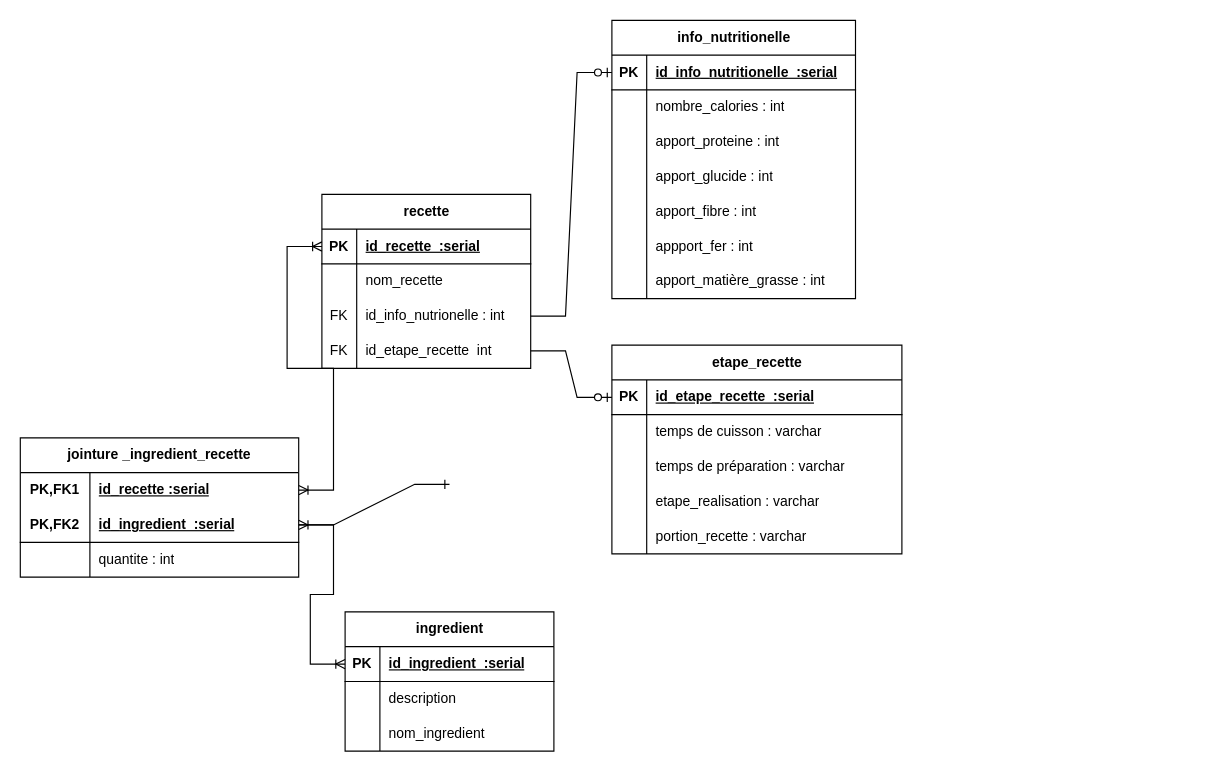
Before: Diagramme sans nom.drawio in franck-code/tests, a draw.io diagram. Source tidied: cells renumbered, new cells numbered last; positions are measured from the earlier drawing's top-left corner, leaving out a move shared by most shapes. Both pictures are drawn from the tidied source at 116%, with x=0, y=0 at pixel (20, 20).
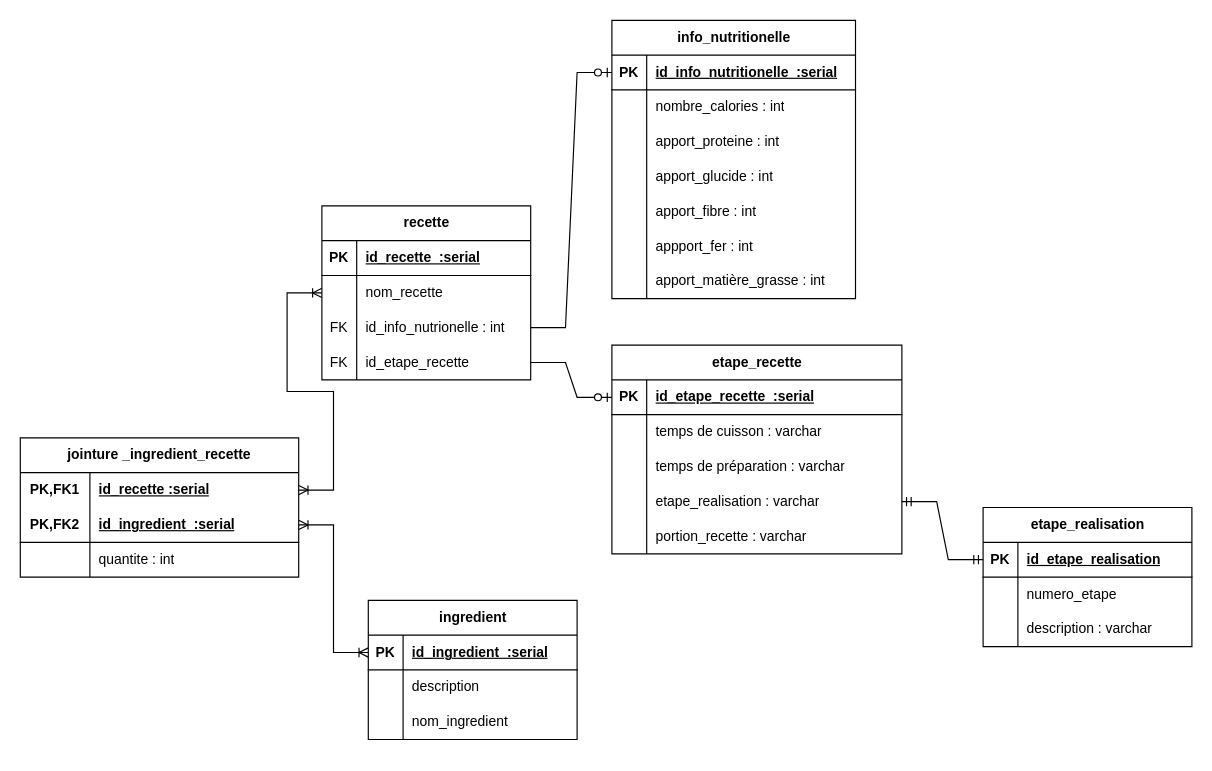
Above is the later version.

Unchanged cells that the change refers to:
```xml
<mxCell id="3" style="shape=tableRow;horizontal=0;startSize=0;swimlaneHead=0;swimlaneBody=0;fillColor=none;points=[[0,0.5],[1,0.5]];portConstraint=eastwest;top=0;left=0;right=0;bottom=1;" parent="2" vertex="1">
  <mxGeometry y="30" width="180" height="30" as="geometry" />
</mxCell>
<mxCell id="6" style="shape=tableRow;horizontal=0;startSize=0;swimlaneHead=0;swimlaneBody=0;fillColor=none;points=[[0,0.5],[1,0.5]];portConstraint=eastwest;top=0;left=0;right=0;bottom=0;" parent="2" vertex="1">
  <mxGeometry y="60" width="180" height="30" as="geometry" />
</mxCell>
<mxCell id="12" style="shape=tableRow;horizontal=0;startSize=0;swimlaneHead=0;swimlaneBody=0;fillColor=none;points=[[0,0.5],[1,0.5]];portConstraint=eastwest;top=0;left=0;right=0;bottom=0;" parent="2" vertex="1">
  <mxGeometry y="120" width="180" height="30" as="geometry" />
</mxCell>
<mxCell id="57" style="shape=tableRow;horizontal=0;startSize=0;swimlaneHead=0;swimlaneBody=0;fillColor=none;points=[[0,0.5],[1,0.5]];portConstraint=eastwest;top=0;left=0;right=0;bottom=0;" parent="47" vertex="1">
  <mxGeometry y="120" width="250" height="30" as="geometry" />
</mxCell>
<mxCell id="69" style="shape=tableRow;horizontal=0;startSize=0;swimlaneHead=0;swimlaneBody=0;fillColor=none;points=[[0,0.5],[1,0.5]];portConstraint=eastwest;top=0;left=0;right=0;bottom=0;html=1;" parent="68" vertex="1">
  <mxGeometry y="30" width="240" height="30" as="geometry" />
</mxCell>
<mxCell id="72" style="shape=tableRow;horizontal=0;startSize=0;swimlaneHead=0;swimlaneBody=0;fillColor=none;points=[[0,0.5],[1,0.5]];portConstraint=eastwest;top=0;left=0;right=0;bottom=1;html=1;" parent="68" vertex="1">
  <mxGeometry y="60" width="240" height="30" as="geometry" />
</mxCell>
```

Change to the diagram source:
```diff
@@
     <mxCell id="2" value="recette" style="shape=table;startSize=30;childLayout=tableLayout;rowLines=0;fontStyle=1;align=center;html=1;" parent="1" vertex="1">
-      <mxGeometry x="260" y="150" width="180" height="150" as="geometry" />
+      <mxGeometry x="260" y="160" width="180" height="150" as="geometry" />
     </mxCell>
@@
-    <mxCell id="14" value="id_etape_recette&amp;nbsp; int" style="shape=partialRectangle;fillColor=none;top=0;left=0;bottom=0;right=0;align=left;spacingLeft=6;overflow=hidden;whiteSpace=wrap;html=1;" parent="12" vertex="1">
+    <mxCell id="14" value="id_etape_recette" style="shape=partialRectangle;fillColor=none;top=0;left=0;bottom=0;right=0;align=left;spacingLeft=6;overflow=hidden;whiteSpace=wrap;html=1;" parent="12" vertex="1">
       <mxGeometry x="30" width="150" height="30" as="geometry" />
     </mxCell>
@@
     <mxCell id="37" value="ingredient" style="shape=table;startSize=30;childLayout=tableLayout;rowLines=0;fontStyle=1;align=center;html=1;" parent="1" vertex="1">
-      <mxGeometry x="280" y="510" width="180" height="120" as="geometry" />
+      <mxGeometry x="300" y="500" width="180" height="120" as="geometry" />
     </mxCell>
@@
-    <mxCell id="65" style="edgeStyle=entityRelationEdgeStyle;fontSize=12;html=1;endArrow=ERoneToMany;startArrow=ERoneToMany;rounded=0;entryX=0;entryY=0.5;entryDx=0;entryDy=0;exitX=1;exitY=0.5;exitDx=0;exitDy=0;" parent="1" edge="1" source="69" target="3">
+    <mxCell id="65" style="edgeStyle=entityRelationEdgeStyle;fontSize=12;html=1;endArrow=ERoneToMany;startArrow=ERoneToMany;rounded=0;entryX=0;entryY=0.5;entryDx=0;entryDy=0;exitX=1;exitY=0.5;exitDx=0;exitDy=0;" parent="1" edge="1" source="69" target="6">
       <mxGeometry relative="1" as="geometry" />
     </mxCell>
-    <mxCell id="66" style="edgeStyle=entityRelationEdgeStyle;fontSize=12;html=1;endArrow=ERone;endFill=1;rounded=0;exitX=1;exitY=0.5;exitDx=0;exitDy=0;entryX=0;entryY=0.5;entryDx=0;entryDy=0;" parent="1" edge="1" source="72">
-      <mxGeometry relative="1" as="geometry">
-        <mxPoint x="370" y="400" as="targetPoint" />
-      </mxGeometry>
-    </mxCell>
@@
+    <mxCell id="78" value="etape_realisation" style="shape=table;startSize=30;childLayout=tableLayout;rowLines=0;fontStyle=1;align=center;html=1;" parent="1" vertex="1">
+      <mxGeometry x="830" y="420" width="180" height="120" as="geometry" />
+    </mxCell>
+    <mxCell id="79" style="shape=tableRow;horizontal=0;startSize=0;swimlaneHead=0;swimlaneBody=0;fillColor=none;points=[[0,0.5],[1,0.5]];portConstraint=eastwest;top=0;left=0;right=0;bottom=1;" parent="78" vertex="1">
+      <mxGeometry y="30" width="180" height="30" as="geometry" />
+    </mxCell>
+    <mxCell id="80" value="PK" style="shape=partialRectangle;fillColor=none;top=0;left=0;bottom=0;right=0;fontStyle=1;overflow=hidden;whiteSpace=wrap;html=1;" parent="79" vertex="1">
+      <mxGeometry width="30" height="30" as="geometry" />
+    </mxCell>
+    <mxCell id="81" value="id_etape_realisation" style="shape=partialRectangle;fillColor=none;top=0;left=0;bottom=0;right=0;align=left;spacingLeft=6;fontStyle=5;overflow=hidden;whiteSpace=wrap;html=1;" parent="79" vertex="1">
+      <mxGeometry x="30" width="150" height="30" as="geometry" />
+    </mxCell>
+    <mxCell id="82" style="shape=tableRow;horizontal=0;startSize=0;swimlaneHead=0;swimlaneBody=0;fillColor=none;top=0;left=0;right=0;bottom=0;" parent="78" vertex="1">
+      <mxGeometry y="60" width="180" height="30" as="geometry" />
+    </mxCell>
+    <mxCell id="83" style="shape=partialRectangle;fillColor=none;top=0;left=0;bottom=0;right=0;overflow=hidden;whiteSpace=wrap;html=1;" parent="82" vertex="1">
+      <mxGeometry width="30" height="30" as="geometry" />
+    </mxCell>
+    <mxCell id="84" value="numero_etape" style="shape=partialRectangle;fillColor=none;top=0;left=0;bottom=0;right=0;align=left;spacingLeft=6;overflow=hidden;whiteSpace=wrap;html=1;" parent="82" vertex="1">
+      <mxGeometry x="30" width="150" height="30" as="geometry" />
+    </mxCell>
+    <mxCell id="85" style="shape=tableRow;horizontal=0;startSize=0;swimlaneHead=0;swimlaneBody=0;fillColor=none;top=0;left=0;right=0;bottom=0;" parent="78" vertex="1">
+      <mxGeometry y="90" width="180" height="30" as="geometry" />
+    </mxCell>
+    <mxCell id="86" style="shape=partialRectangle;fillColor=none;top=0;left=0;bottom=0;right=0;overflow=hidden;whiteSpace=wrap;html=1;" parent="85" vertex="1">
+      <mxGeometry width="30" height="30" as="geometry" />
+    </mxCell>
+    <mxCell id="87" value="description : varchar" style="shape=partialRectangle;fillColor=none;top=0;left=0;bottom=0;right=0;align=left;spacingLeft=6;overflow=hidden;whiteSpace=wrap;html=1;" parent="85" vertex="1">
+      <mxGeometry x="30" width="150" height="30" as="geometry" />
+    </mxCell>
+    <mxCell id="88" style="edgeStyle=entityRelationEdgeStyle;fontSize=12;html=1;endArrow=ERmandOne;startArrow=ERmandOne;rounded=0;entryX=0;entryY=0.5;entryDx=0;entryDy=0;exitX=1;exitY=0.5;exitDx=0;exitDy=0;" parent="1" edge="1" source="57" target="79">
+      <mxGeometry relative="1" as="geometry" />
+    </mxCell>
```
